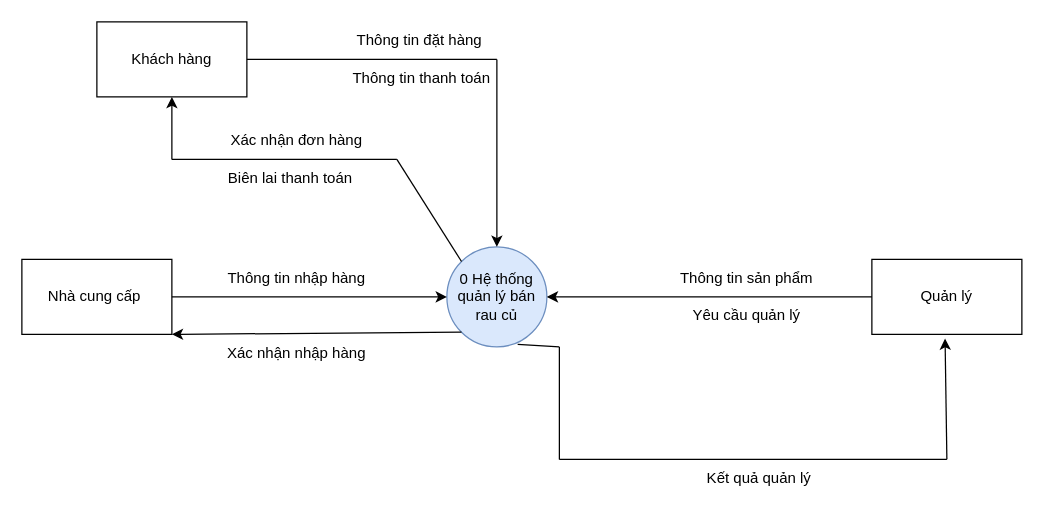
Above: DFD.drawio in Huyenuiio/baitap (draw.io), before the change. Source tidied: cells renumbered, new cells numbered last; positions are measured from the earlier drawing's top-left corner, leaving out a move shared by most shapes. Both pictures are drawn from the tidied source at 125%, with x=0, y=0 at pixel (21, 21).
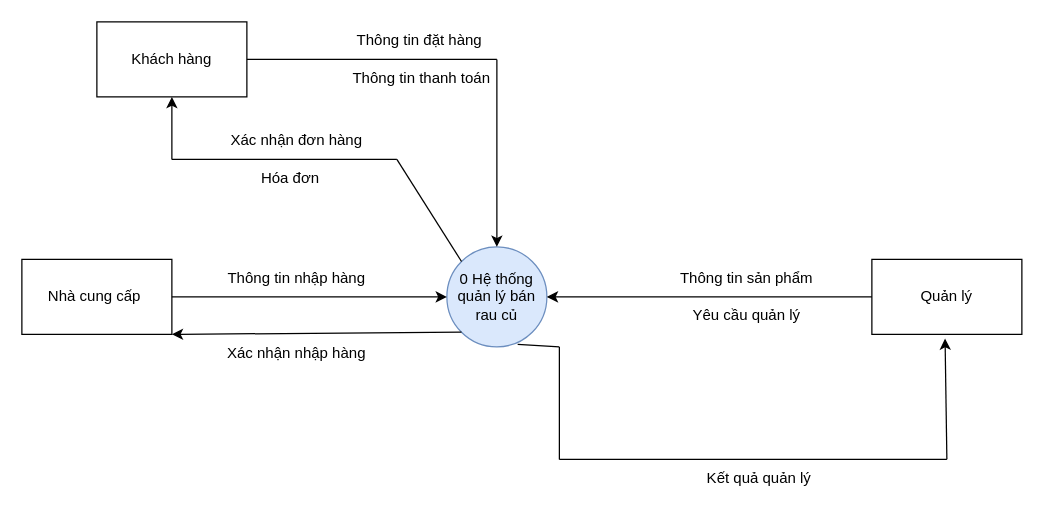
The same page after the edit.

Commit message:
Cập nhật DFD.drawio

What changed in the source:
```diff
@@
-    <mxCell id="15" value="Biên lai thanh toán" style="text;html=1;align=center;verticalAlign=middle;whiteSpace=wrap;rounded=0;" parent="1" vertex="1">
+    <mxCell id="15" value="Hóa đơn" style="text;html=1;align=center;verticalAlign=middle;whiteSpace=wrap;rounded=0;" parent="1" vertex="1">
       <mxGeometry x="160" y="110" width="110" height="30" as="geometry" />
     </mxCell>
```
